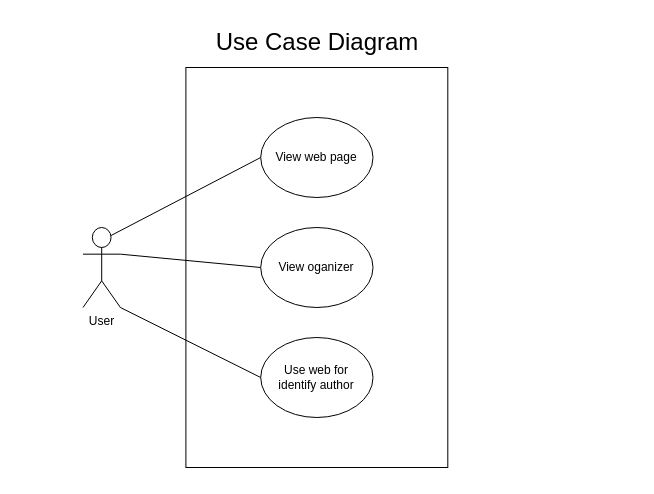
This is CE_project_diagram/usecase_diagram.drawio from phlpat/test_repo, a draw.io file, before an edit. Source tidied: cells renumbered, new cells numbered last; positions are measured from the earlier drawing's top-left corner, leaving out a move shared by most shapes. Both pictures are drawn from the tidied source at 100%, with x=0, y=0 at pixel (17, 17).
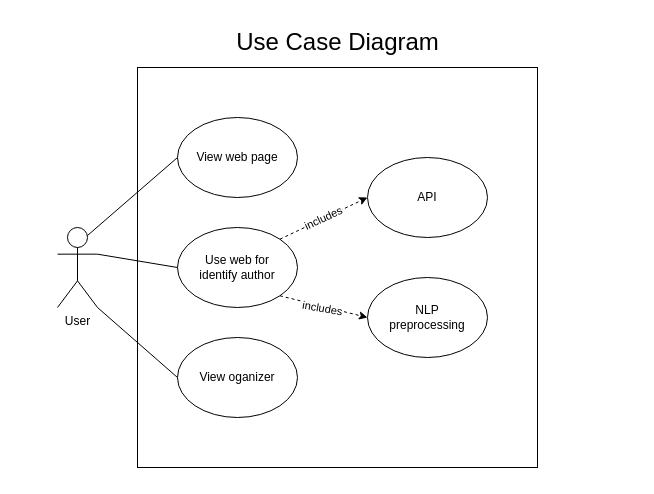
The same page after the edit.

The edit, as a diff of the source:
```diff
@@
 <mxGraphModel>
   <root>
     <mxCell id="0" />
     <mxCell id="1" parent="0" />
     <mxCell id="2" style="group;" parent="1" vertex="1">
-      <mxGeometry width="580" height="460" as="geometry" />
+      <mxGeometry width="620" height="460" as="geometry" />
     </mxCell>
     <mxCell id="3" style="rounded=0;whiteSpace=wrap;html=1;fontSize=24;strokeColor=none;" parent="2" vertex="1">
-      <mxGeometry width="560" height="460" as="geometry" />
+      <mxGeometry width="620" height="460" as="geometry" />
     </mxCell>
     <mxCell id="4" value="User" style="shape=umlActor;verticalLabelPosition=bottom;verticalAlign=top;html=1;outlineConnect=0;" parent="2" vertex="1">
-      <mxGeometry x="65.5" y="210" width="37.4" height="80" as="geometry" />
+      <mxGeometry x="40" y="210" width="40" height="80" as="geometry" />
     </mxCell>
     <mxCell id="5" style="rounded=0;whiteSpace=wrap;html=1;" parent="2" vertex="1">
-      <mxGeometry x="168.4" y="50" width="261.9" height="400" as="geometry" />
+      <mxGeometry x="120" y="50" width="400" height="400" as="geometry" />
     </mxCell>
-    <mxCell id="6" value="View oganizer" style="ellipse;whiteSpace=wrap;html=1;" parent="2" vertex="1">
-      <mxGeometry x="243.2" y="210" width="112.3" height="80" as="geometry" />
+    <mxCell id="6" value="Use web for&lt;br&gt;identify author" style="ellipse;whiteSpace=wrap;html=1;" parent="2" vertex="1">
+      <mxGeometry x="160" y="210" width="120" height="80" as="geometry" />
     </mxCell>
-    <mxCell id="7" value="Use web for &lt;br&gt;identify author" style="ellipse;whiteSpace=wrap;html=1;" parent="2" vertex="1">
-      <mxGeometry x="243.2" y="320" width="112.3" height="80" as="geometry" />
+    <mxCell id="7" value="View oganizer" style="ellipse;whiteSpace=wrap;html=1;" parent="2" vertex="1">
+      <mxGeometry x="160" y="320" width="120" height="80" as="geometry" />
     </mxCell>
     <mxCell id="8" value="View web page" style="ellipse;whiteSpace=wrap;html=1;" parent="2" vertex="1">
-      <mxGeometry x="243.2" y="100" width="112.3" height="80" as="geometry" />
+      <mxGeometry x="160" y="100" width="120" height="80" as="geometry" />
     </mxCell>
     <mxCell id="9" value="&lt;font style=&quot;font-size: 24px;&quot;&gt;Use Case Diagram&lt;/font&gt;" style="text;html=1;strokeColor=none;fillColor=none;align=center;verticalAlign=middle;whiteSpace=wrap;rounded=0;" parent="2" vertex="1">
-      <mxGeometry x="190.6" y="10" width="217.5" height="30" as="geometry" />
+      <mxGeometry x="203.8" y="10" width="232.5" height="30" as="geometry" />
     </mxCell>
     <mxCell id="10" style="endArrow=none;html=1;rounded=0;fontSize=24;entryX=0;entryY=0.5;entryDx=0;entryDy=0;exitX=0.75;exitY=0.1;exitDx=0;exitDy=0;exitPerimeter=0;" parent="2" edge="1" source="4" target="8">
       <mxGeometry relative="1" as="geometry" />
     </mxCell>
     <mxCell id="11" style="endArrow=none;html=1;rounded=0;fontSize=24;entryX=0;entryY=0.5;entryDx=0;entryDy=0;exitX=1;exitY=0.3333333333333333;exitDx=0;exitDy=0;exitPerimeter=0;" parent="2" edge="1" source="4" target="6">
       <mxGeometry relative="1" as="geometry" />
     </mxCell>
     <mxCell id="12" style="endArrow=none;html=1;rounded=0;fontSize=24;exitX=1;exitY=1;exitDx=0;exitDy=0;exitPerimeter=0;entryX=0;entryY=0.5;entryDx=0;entryDy=0;" parent="2" edge="1" source="4" target="7">
       <mxGeometry relative="1" as="geometry" />
     </mxCell>
+    <mxCell id="13" value="API" style="ellipse;whiteSpace=wrap;html=1;" parent="2" vertex="1">
+      <mxGeometry x="350" y="140" width="120" height="80" as="geometry" />
+    </mxCell>
+    <mxCell id="14" value="NLP&lt;br&gt;preprocessing" style="ellipse;whiteSpace=wrap;html=1;" parent="2" vertex="1">
+      <mxGeometry x="350" y="260" width="120" height="80" as="geometry" />
+    </mxCell>
+    <mxCell id="15" style="endArrow=classic;html=1;rounded=0;exitX=1;exitY=1;exitDx=0;exitDy=0;entryX=0;entryY=0.5;entryDx=0;entryDy=0;dashed=1;" parent="2" edge="1" source="6" target="14">
+      <mxGeometry relative="1" as="geometry" />
+    </mxCell>
+    <mxCell id="16" style="endArrow=classic;html=1;rounded=0;entryX=0;entryY=0.5;entryDx=0;entryDy=0;exitX=1;exitY=0;exitDx=0;exitDy=0;dashed=1;" parent="2" edge="1" source="6" target="13">
+      <mxGeometry relative="1" as="geometry" />
+    </mxCell>
+    <mxCell id="17" value="includes" style="edgeLabel;html=1;align=center;verticalAlign=middle;rotation=-25;" parent="16" vertex="1">
+      <mxGeometry x="-0.02" y="1" relative="1" as="geometry">
+        <mxPoint y="1" as="offset" />
+      </mxGeometry>
+    </mxCell>
+    <mxCell id="18" value="includes" style="edgeLabel;html=1;align=center;verticalAlign=middle;rotation=10;" parent="2" vertex="1">
+      <mxGeometry x="305" y="290" as="geometry" />
+    </mxCell>
   </root>
 </mxGraphModel>
```
